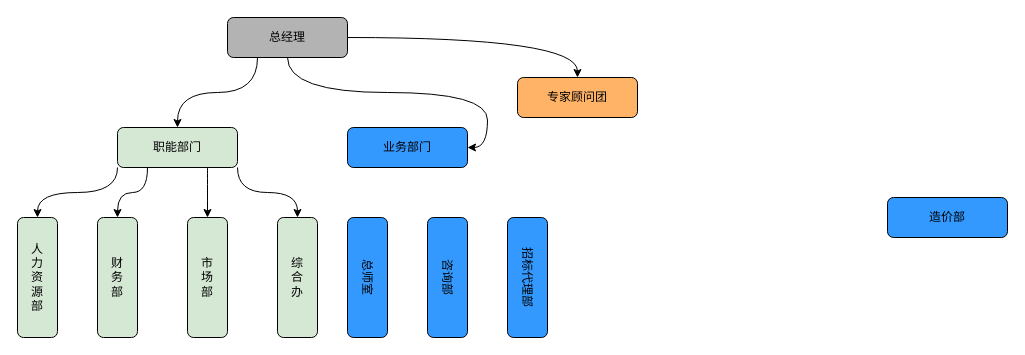
26awen/drawiofiles keeps this draw.io diagram as 公开招标流程.drawio. Above is the earlier version. Source tidied: cells renumbered, new cells numbered last; positions are measured from the earlier drawing's top-left corner, leaving out a move shared by most shapes. Both pictures are drawn from the tidied source at 100%, with x=0, y=0 at pixel (-23, 17).
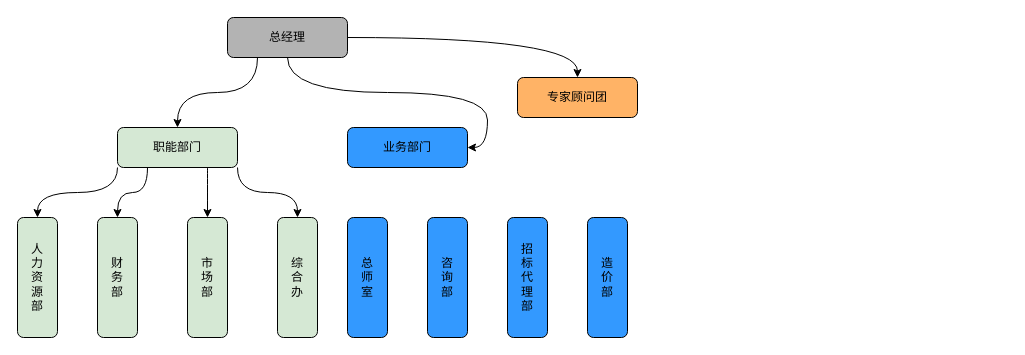
After the change.

Commit message (it also covers changes not shown here):
更新公开招标流程.drawio

Change to the diagram source:
```diff
@@
-    <mxCell id="16" value="总师室" style="rounded=1;whiteSpace=wrap;html=1;fillColor=#3399FF;rotation=90;" parent="1" vertex="1">
+    <mxCell id="16" value="总&lt;br&gt;师&lt;br&gt;室" style="rounded=1;whiteSpace=wrap;html=1;fillColor=#3399FF;rotation=90;horizontal=0;" parent="1" vertex="1">
       <mxGeometry x="330" y="240" width="120" height="40" as="geometry" />
     </mxCell>
@@
-    <mxCell id="18" value="咨询部" style="rounded=1;whiteSpace=wrap;html=1;fillColor=#3399FF;rotation=90;" parent="1" vertex="1">
+    <mxCell id="18" value="咨&lt;br&gt;询&lt;br&gt;部" style="rounded=1;whiteSpace=wrap;html=1;fillColor=#3399FF;rotation=90;horizontal=0;" parent="1" vertex="1">
       <mxGeometry x="410" y="240" width="120" height="40" as="geometry" />
     </mxCell>
-    <mxCell id="19" value="招标代理部" style="rounded=1;whiteSpace=wrap;html=1;fillColor=#3399FF;rotation=90;" parent="1" vertex="1">
+    <mxCell id="19" value="招&lt;br&gt;标&lt;br&gt;代&lt;br&gt;理&lt;br&gt;部" style="rounded=1;whiteSpace=wrap;html=1;fillColor=#3399FF;rotation=90;horizontal=0;" parent="1" vertex="1">
       <mxGeometry x="490" y="240" width="120" height="40" as="geometry" />
     </mxCell>
-    <mxCell id="20" value="造价部" style="rounded=1;whiteSpace=wrap;html=1;fillColor=#3399FF;" parent="1" vertex="1">
-      <mxGeometry x="910" y="180" width="120" height="40" as="geometry" />
+    <mxCell id="20" value="造&lt;br&gt;价&lt;br&gt;部" style="rounded=1;whiteSpace=wrap;html=1;fillColor=#3399FF;rotation=90;horizontal=0;" parent="1" vertex="1">
+      <mxGeometry x="570" y="240" width="120" height="40" as="geometry" />
     </mxCell>
```
